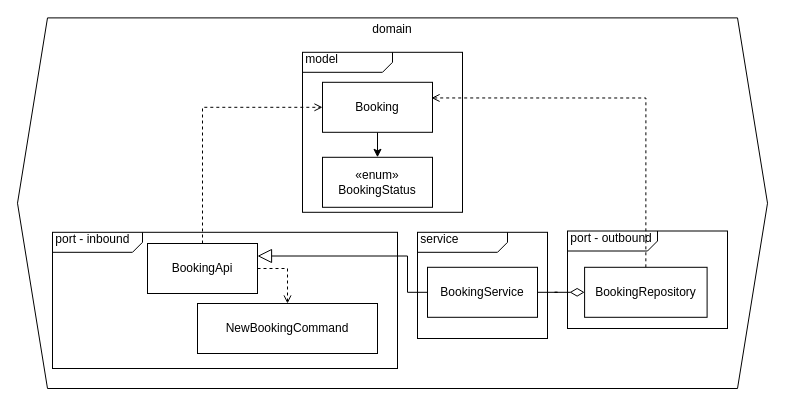
This is page "booking domein" (6 of 9) of docs/assignment-diagrammen/diagrammen-verzameling.drawio from Quintor/hexagonal-architecture-workshop, a draw.io file, before an edit. Source tidied: cells renumbered, new cells numbered last; positions are measured from the earlier drawing's top-left corner, leaving out a move shared by most shapes. Both pictures are drawn from the tidied source at 100%, with x=0, y=0 at pixel (17, 17).
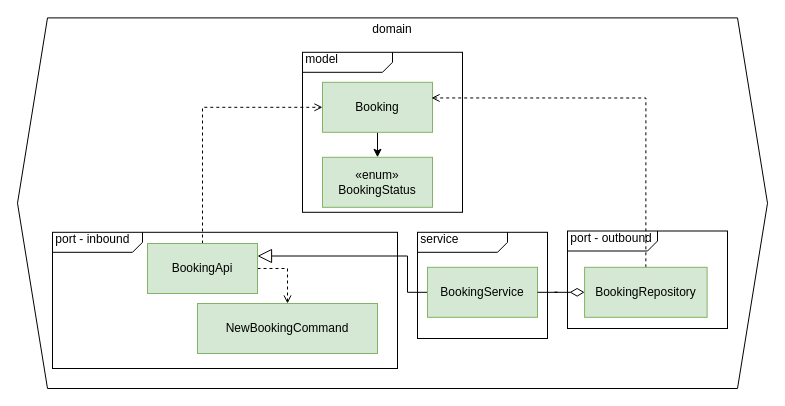
The same diagram, later.

The edit, as a diff of the source:
```diff
@@
-    <mxCell id="6" value="&lt;div&gt;«enum»&lt;/div&gt;&lt;div&gt;BookingStatus&lt;/div&gt;" style="html=1;whiteSpace=wrap;" parent="1" vertex="1">
+    <mxCell id="6" value="&lt;div&gt;«enum»&lt;/div&gt;&lt;div&gt;BookingStatus&lt;/div&gt;" style="html=1;whiteSpace=wrap;fillColor=#d5e8d4;strokeColor=#82b366;" parent="1" vertex="1">
       <mxGeometry x="305" y="139.8" width="110" height="50" as="geometry" />
     </mxCell>
@@
-    <mxCell id="8" value="Booking" style="html=1;whiteSpace=wrap;" parent="1" vertex="1">
+    <mxCell id="8" value="Booking" style="html=1;whiteSpace=wrap;fillColor=#d5e8d4;strokeColor=#82b366;" parent="1" vertex="1">
       <mxGeometry x="305" y="64.8" width="110" height="50" as="geometry" />
     </mxCell>
@@
-    <mxCell id="11" value="BookingApi" style="html=1;whiteSpace=wrap;" parent="1" vertex="1">
+    <mxCell id="11" value="BookingApi" style="html=1;whiteSpace=wrap;fillColor=#d5e8d4;strokeColor=#82b366;" parent="1" vertex="1">
       <mxGeometry x="130" y="226" width="110" height="50" as="geometry" />
     </mxCell>
-    <mxCell id="12" value="NewBookingCommand" style="html=1;whiteSpace=wrap;" parent="1" vertex="1">
+    <mxCell id="12" value="NewBookingCommand" style="html=1;whiteSpace=wrap;fillColor=#d5e8d4;strokeColor=#82b366;" parent="1" vertex="1">
       <mxGeometry x="180" y="286" width="180" height="50" as="geometry" />
     </mxCell>
@@
-    <mxCell id="14" value="BookingService" style="html=1;whiteSpace=wrap;" parent="1" vertex="1">
+    <mxCell id="14" value="BookingService" style="html=1;whiteSpace=wrap;fillColor=#d5e8d4;strokeColor=#82b366;" parent="1" vertex="1">
       <mxGeometry x="410" y="249.8" width="110" height="50" as="geometry" />
     </mxCell>
@@
-    <mxCell id="17" value="BookingRepository" style="html=1;whiteSpace=wrap;" parent="1" vertex="1">
+    <mxCell id="17" value="BookingRepository" style="html=1;whiteSpace=wrap;fillColor=#d5e8d4;strokeColor=#82b366;" parent="1" vertex="1">
       <mxGeometry x="567.1" y="249.8" width="122.5" height="50" as="geometry" />
     </mxCell>
```
